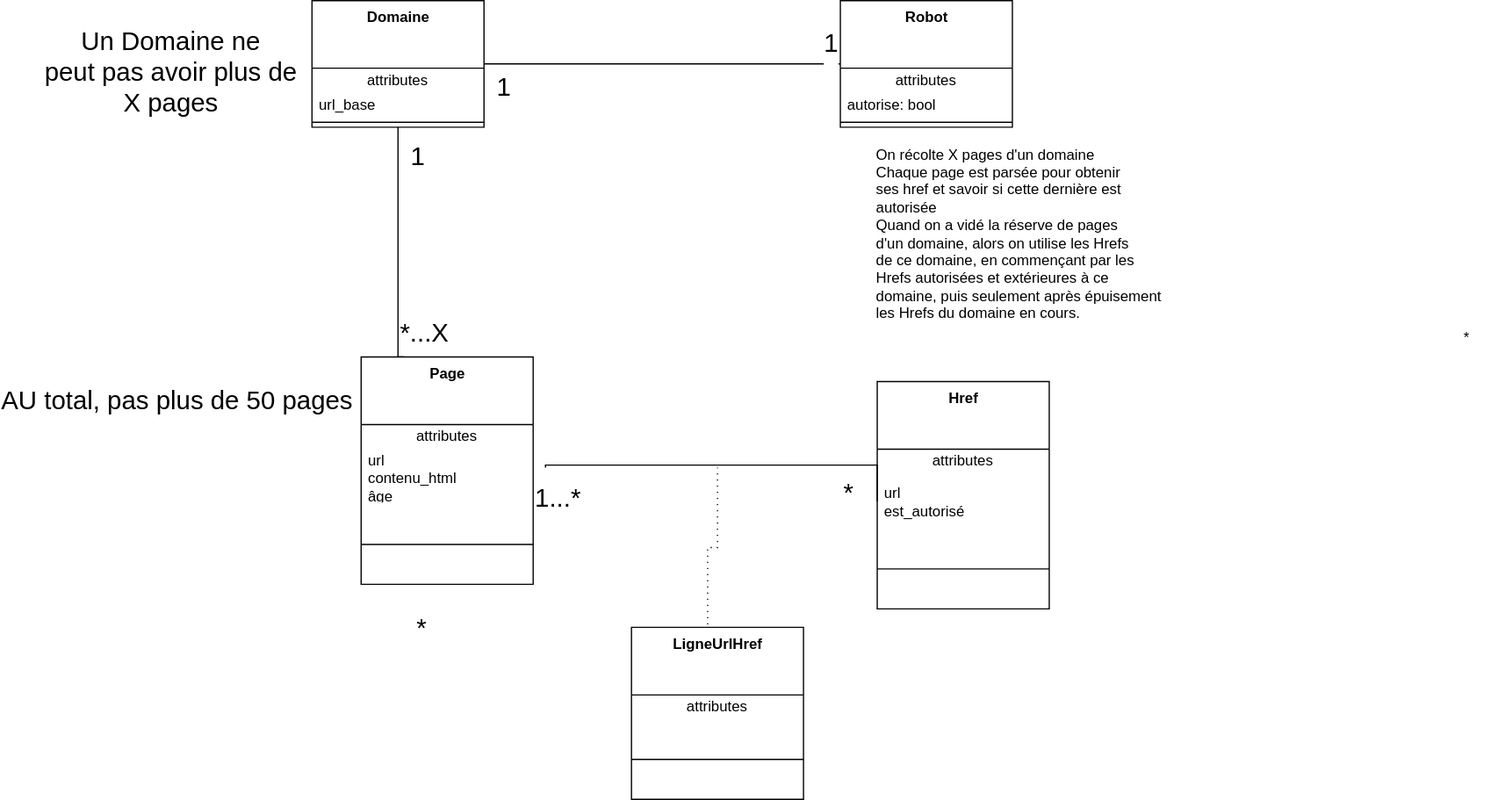
WolfPackStatMathieu/indexation_web keeps this draw.io diagram as TP1/doc/diagramme_de_classes.drawio.svg. Above is the earlier version. Source tidied: cells renumbered, new cells last; positions are measured from the earlier drawing's top-left corner, leaving out a move shared by most shapes.
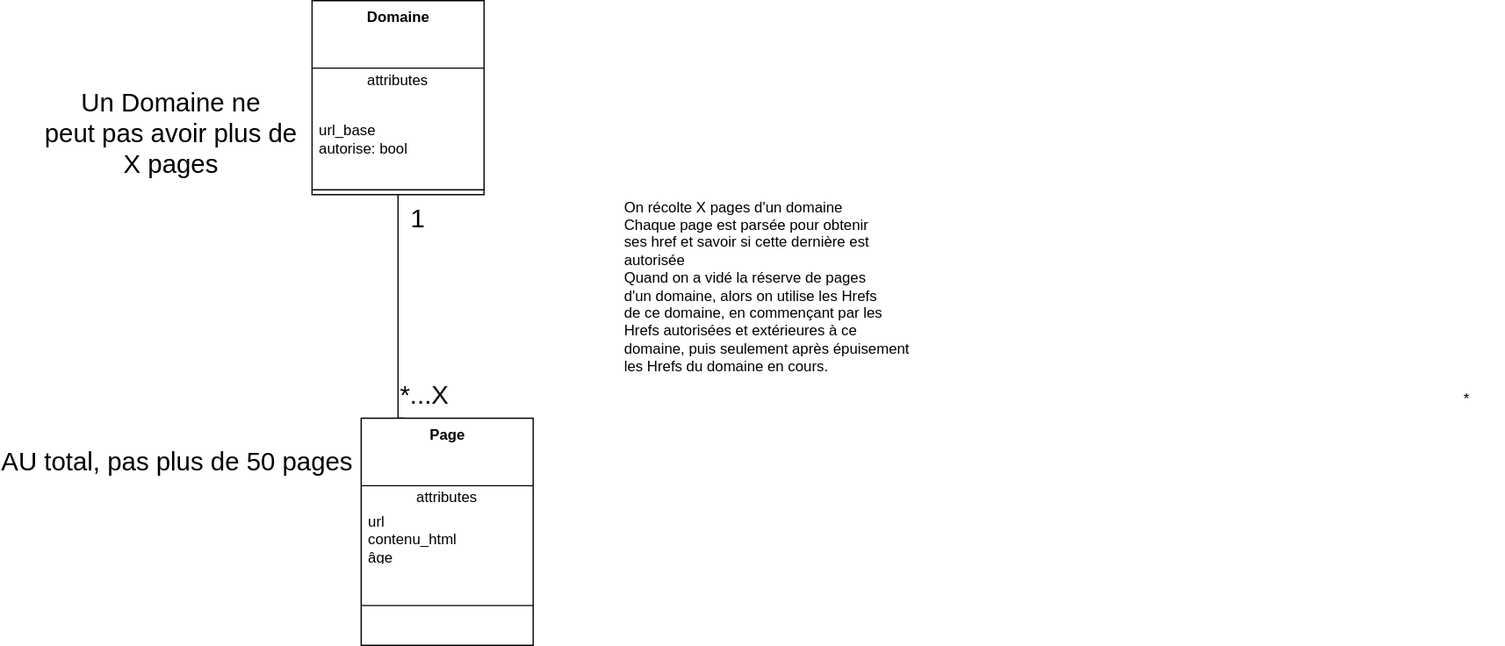
The same file after the commit.

Commit message:
changement du diagramme de classes

The edit, as a diff of the source:
```diff
@@ -15,16 +15,16 @@
       </mxGeometry>
     </mxCell>
     <mxCell id="4" value="&lt;b&gt;Domaine&lt;/b&gt;" style="swimlane;fontStyle=0;align=center;verticalAlign=top;horizontal=1;startSize=55;html=1;" parent="1" vertex="1">
-      <mxGeometry x="230" width="140" height="103" as="geometry" />
+      <mxGeometry x="230" y="-50" width="140" height="158" as="geometry" />
     </mxCell>
     <mxCell id="5" value="attributes" style="text;html=1;strokeColor=none;fillColor=none;align=center;verticalAlign=middle;spacingLeft=4;spacingRight=4;overflow=hidden;" parent="4" vertex="1">
       <mxGeometry y="55" width="140" height="20" as="geometry" />
     </mxCell>
-    <mxCell id="6" value="url_base" style="text;html=1;strokeColor=none;fillColor=none;align=left;verticalAlign=middle;spacingLeft=4;spacingRight=4;overflow=hidden;" parent="4" vertex="1">
-      <mxGeometry y="75" width="140" height="20" as="geometry" />
+    <mxCell id="6" value="url_base&lt;br&gt;autorise: bool" style="text;html=1;strokeColor=none;fillColor=none;align=left;verticalAlign=middle;spacingLeft=4;spacingRight=4;overflow=hidden;" parent="4" vertex="1">
+      <mxGeometry y="75" width="140" height="75" as="geometry" />
     </mxCell>
     <mxCell id="7" style="line;strokeWidth=1;fillColor=none;align=left;verticalAlign=middle;spacingTop=-1;spacingLeft=3;spacingRight=3;labelPosition=right;" parent="4" vertex="1">
-      <mxGeometry y="95" width="140" height="8" as="geometry" />
+      <mxGeometry y="150" width="140" height="8" as="geometry" />
     </mxCell>
     <mxCell id="8" value="&lt;b&gt;Page&lt;/b&gt;" style="swimlane;fontStyle=0;align=center;verticalAlign=top;horizontal=1;startSize=55;html=1;" parent="1" vertex="1">
       <mxGeometry x="270" y="290" width="140" height="185" as="geometry" />
@@ -41,72 +41,6 @@
     <mxCell id="12" value="*" style="text;strokeColor=none;align=center;fillColor=none;html=1;verticalAlign=middle;whiteSpace=wrap;rounded=0;" parent="1" vertex="1">
       <mxGeometry x="1140" y="260" width="60" height="30" as="geometry" />
     </mxCell>
-    <mxCell id="13" value="&lt;b&gt;Href&lt;/b&gt;" style="swimlane;fontStyle=0;align=center;verticalAlign=top;horizontal=1;startSize=55;html=1;" parent="1" vertex="1">
-      <mxGeometry x="690" y="310" width="140" height="185" as="geometry" />
-    </mxCell>
-    <mxCell id="14" value="attributes" style="text;html=1;strokeColor=none;fillColor=none;align=center;verticalAlign=middle;spacingLeft=4;spacingRight=4;overflow=hidden;" parent="13" vertex="1">
-      <mxGeometry y="55" width="140" height="20" as="geometry" />
-    </mxCell>
-    <mxCell id="15" value="url&lt;br&gt;est_autorisé" style="text;html=1;strokeColor=none;fillColor=none;align=left;verticalAlign=middle;spacingLeft=4;spacingRight=4;overflow=hidden;points=[[0,0.5],[1,0.5]];portConstraint=eastwest;" parent="13" vertex="1">
-      <mxGeometry y="75" width="140" height="45" as="geometry" />
-    </mxCell>
-    <mxCell id="16" style="line;strokeWidth=1;fillColor=none;align=left;verticalAlign=middle;spacingTop=-1;spacingLeft=3;spacingRight=3;labelPosition=right;" parent="13" vertex="1">
-      <mxGeometry y="120" width="140" height="65" as="geometry" />
-    </mxCell>
-    <mxCell id="17" value="&lt;div style=&quot;font-size: 21px;&quot;&gt;*&lt;/div&gt;" style="edgeStyle=orthogonalEdgeStyle;html=1;exitX=0;exitY=0.5;exitDx=0;exitDy=0;rounded=0;verticalAlign=middle;align=left;labelPosition=right;verticalLabelPosition=middle;fontSize=21;horizontal=1;strokeColor=default;endArrow=none;endFill=0;" parent="1" edge="1" source="15">
-      <mxGeometry x="-0.61" y="22" relative="1" as="geometry">
-        <mxPoint x="420" y="380" as="targetPoint" />
-        <Array as="points">
-          <mxPoint x="420" y="378" />
-        </Array>
-        <mxPoint x="1" as="offset" />
-      </mxGeometry>
-    </mxCell>
-    <mxCell id="18" value="1...*" style="edgeLabel;html=1;align=center;verticalAlign=middle;fontSize=21;" parent="17" vertex="1">
-      <mxGeometry x="-0.64" y="-1" relative="1" as="geometry">
-        <mxPoint x="-236" y="26" as="offset" />
-      </mxGeometry>
-    </mxCell>
-    <mxCell id="19" value="&lt;div style=&quot;font-size: 21px;&quot;&gt;&lt;br&gt;&lt;/div&gt;" style="html=1;rounded=0;verticalAlign=middle;align=left;labelPosition=right;verticalLabelPosition=middle;fontSize=21;horizontal=1;strokeColor=default;endArrow=none;endFill=0;dashed=1;dashPattern=1 4;exitX=0.443;exitY=-0.017;exitDx=0;exitDy=0;exitPerimeter=0;edgeStyle=orthogonalEdgeStyle;" parent="1" edge="1" source="21">
-      <mxGeometry x="-0.61" y="22" relative="1" as="geometry">
-        <mxPoint x="560" y="380" as="targetPoint" />
-        <mxPoint x="1" as="offset" />
-      </mxGeometry>
-    </mxCell>
-    <mxCell id="20" value="*" style="edgeLabel;html=1;align=center;verticalAlign=middle;fontSize=21;" parent="19" vertex="1">
-      <mxGeometry x="-0.64" y="-1" relative="1" as="geometry">
-        <mxPoint x="-235" y="26" as="offset" />
-      </mxGeometry>
-    </mxCell>
-    <mxCell id="21" value="&lt;b&gt;LigneUrlHref&lt;/b&gt;" style="swimlane;fontStyle=0;align=center;verticalAlign=top;horizontal=1;startSize=55;html=1;" parent="1" vertex="1">
-      <mxGeometry x="490" y="510" width="140" height="140" as="geometry" />
-    </mxCell>
-    <mxCell id="22" value="attributes" style="text;html=1;strokeColor=none;fillColor=none;align=center;verticalAlign=middle;spacingLeft=4;spacingRight=4;overflow=hidden;" parent="21" vertex="1">
-      <mxGeometry y="55" width="140" height="20" as="geometry" />
-    </mxCell>
-    <mxCell id="23" style="line;strokeWidth=1;fillColor=none;align=left;verticalAlign=middle;spacingTop=-1;spacingLeft=3;spacingRight=3;labelPosition=right;" parent="21" vertex="1">
-      <mxGeometry y="75" width="140" height="65" as="geometry" />
-    </mxCell>
-    <mxCell id="24" value="&lt;b&gt;Robot&lt;/b&gt;" style="swimlane;fontStyle=0;align=center;verticalAlign=top;horizontal=1;startSize=55;html=1;" parent="1" vertex="1">
-      <mxGeometry x="660" width="140" height="103" as="geometry" />
-    </mxCell>
-    <mxCell id="25" value="attributes" style="text;html=1;strokeColor=none;fillColor=none;align=center;verticalAlign=middle;spacingLeft=4;spacingRight=4;overflow=hidden;" parent="24" vertex="1">
-      <mxGeometry y="55" width="140" height="20" as="geometry" />
-    </mxCell>
-    <mxCell id="26" value="autorise: bool" style="text;html=1;strokeColor=none;fillColor=none;align=left;verticalAlign=middle;spacingLeft=4;spacingRight=4;overflow=hidden;" parent="24" vertex="1">
-      <mxGeometry y="75" width="140" height="20" as="geometry" />
-    </mxCell>
-    <mxCell id="27" style="line;strokeWidth=1;fillColor=none;align=left;verticalAlign=middle;spacingTop=-1;spacingLeft=3;spacingRight=3;labelPosition=right;" parent="24" vertex="1">
-      <mxGeometry y="95" width="140" height="8" as="geometry" />
-    </mxCell>
-    <mxCell id="28" value="&lt;div style=&quot;font-size: 21px;&quot;&gt;1&lt;/div&gt;&lt;div style=&quot;font-size: 21px;&quot;&gt;&lt;br&gt;&lt;/div&gt;" style="html=1;exitX=0;exitY=0.5;exitDx=0;exitDy=0;entryX=1;entryY=0.5;entryDx=0;entryDy=0;rounded=0;verticalAlign=middle;align=left;labelPosition=right;verticalLabelPosition=middle;fontSize=21;horizontal=1;strokeColor=default;endArrow=none;endFill=0;edgeStyle=orthogonalEdgeStyle;" parent="1" edge="1" source="24" target="4">
-      <mxGeometry x="-0.9" y="-5" relative="1" as="geometry" />
-    </mxCell>
-    <mxCell id="29" value="1" style="edgeLabel;html=1;align=center;verticalAlign=top;fontSize=21;" parent="28" vertex="1">
-      <mxGeometry x="0.9" y="-1" relative="1" as="geometry">
-        <mxPoint x="1" as="offset" />
-      </mxGeometry>
-    </mxCell>
     <mxCell id="30" value="AU total, pas plus de 50 pages&lt;br&gt;" style="text;html=1;align=center;verticalAlign=middle;strokeColor=none;fillColor=none;fontSize=21;" parent="1" vertex="1">
       <mxGeometry x="50" y="305" width="140" height="40" as="geometry" />
     </mxCell>
@@ -114,7 +48,7 @@
       <mxGeometry y="13" width="230" height="90" as="geometry" />
     </mxCell>
     <mxCell id="32" value="&lt;div style=&quot;text-align: justify; font-size: 12px;&quot;&gt;&lt;span style=&quot;font-size: 12px; background-color: initial;&quot;&gt;On récolte X pages d'un domaine&lt;/span&gt;&lt;/div&gt;&lt;font style=&quot;font-size: 12px;&quot;&gt;&lt;div style=&quot;text-align: justify; font-size: 12px;&quot;&gt;&lt;span style=&quot;background-color: initial; font-size: 12px;&quot;&gt;Chaque page est parsée pour obtenir&lt;/span&gt;&lt;/div&gt;&lt;div style=&quot;text-align: justify; font-size: 12px;&quot;&gt;&lt;span style=&quot;background-color: initial; font-size: 12px;&quot;&gt;ses href et savoir si&amp;nbsp;&lt;/span&gt;&lt;span style=&quot;background-color: initial; font-size: 12px;&quot;&gt;cette dernière est&lt;/span&gt;&lt;/div&gt;&lt;div style=&quot;text-align: justify; font-size: 12px;&quot;&gt;&lt;span style=&quot;background-color: initial; font-size: 12px;&quot;&gt;&amp;nbsp;autorisée&lt;/span&gt;&lt;/div&gt;&lt;div style=&quot;text-align: justify; font-size: 12px;&quot;&gt;&lt;span style=&quot;background-color: initial; font-size: 12px;&quot;&gt;Quand on a vidé la réserve de pages&amp;nbsp;&lt;/span&gt;&lt;/div&gt;&lt;div style=&quot;text-align: justify; font-size: 12px;&quot;&gt;&lt;span style=&quot;background-color: initial; font-size: 12px;&quot;&gt;d'un domaine, alors on utilise les Hrefs&lt;/span&gt;&lt;/div&gt;&lt;div style=&quot;text-align: justify; font-size: 12px;&quot;&gt;&lt;span style=&quot;background-color: initial; font-size: 12px;&quot;&gt;de ce domaine, en commençant par les&lt;/span&gt;&lt;/div&gt;&lt;div style=&quot;text-align: justify; font-size: 12px;&quot;&gt;&lt;span style=&quot;background-color: initial; font-size: 12px;&quot;&gt;Hrefs autorisées et extérieures à ce&amp;nbsp;&lt;/span&gt;&lt;/div&gt;&lt;div style=&quot;text-align: justify; font-size: 12px;&quot;&gt;&lt;span style=&quot;background-color: initial; font-size: 12px;&quot;&gt;domaine, puis seulement après épuisement&lt;/span&gt;&lt;/div&gt;&lt;div style=&quot;text-align: justify; font-size: 12px;&quot;&gt;&lt;span style=&quot;background-color: initial; font-size: 12px;&quot;&gt;&amp;nbsp;les Hrefs&amp;nbsp;&lt;/span&gt;&lt;span style=&quot;background-color: initial; font-size: 12px;&quot;&gt;du domaine en cours.&lt;/span&gt;&lt;/div&gt;&lt;/font&gt;" style="text;html=1;align=center;verticalAlign=middle;strokeColor=none;fillColor=none;fontSize=12;" parent="1" vertex="1">
-      <mxGeometry x="675" y="110" width="260" height="160" as="geometry" />
+      <mxGeometry x="470" y="103" width="260" height="160" as="geometry" />
     </mxCell>
   </root>
 </mxGraphModel>
```
